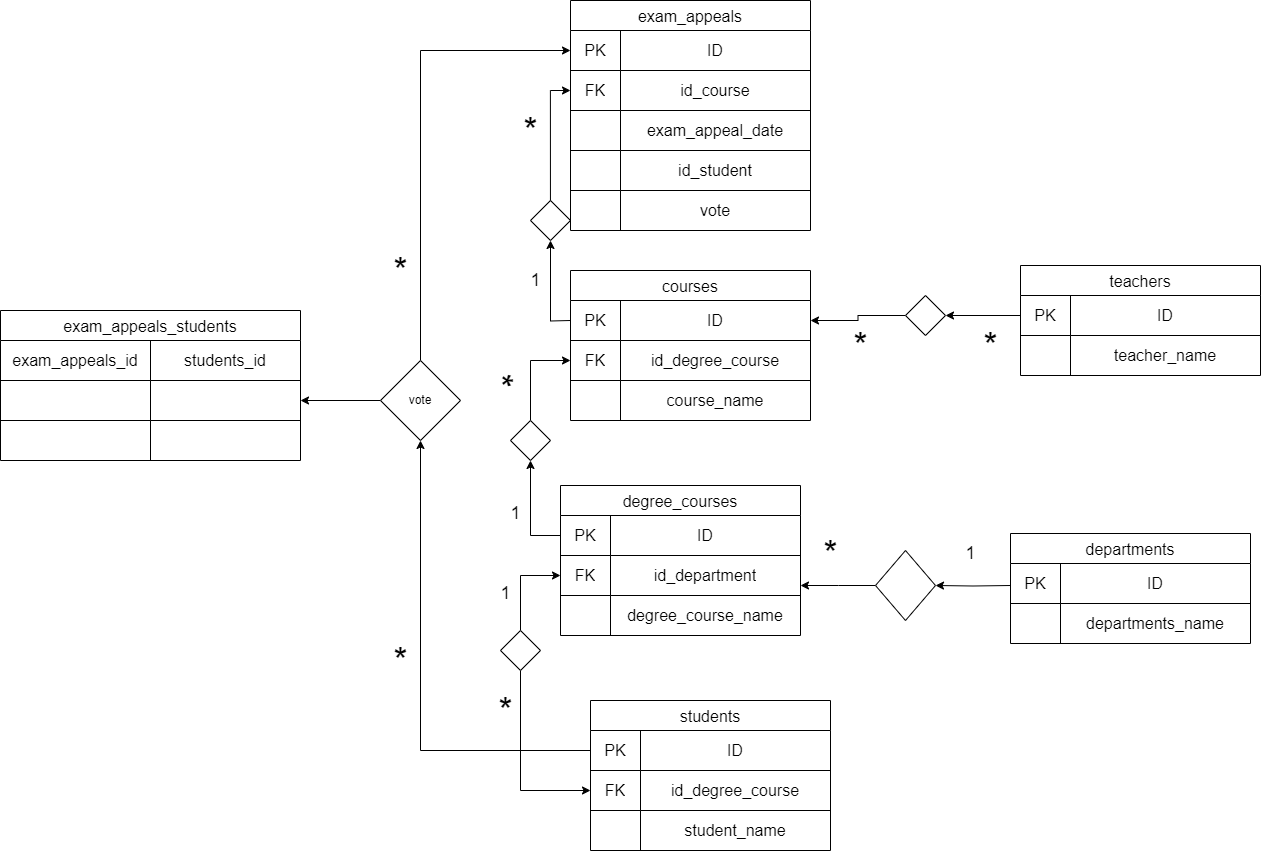
Earlier version of the draw.io export db-university.png (claudiopatti/db-university). Source tidied: cells renumbered, new cells last; positions are measured from the earlier drawing's top-left corner, leaving out a move shared by most shapes.
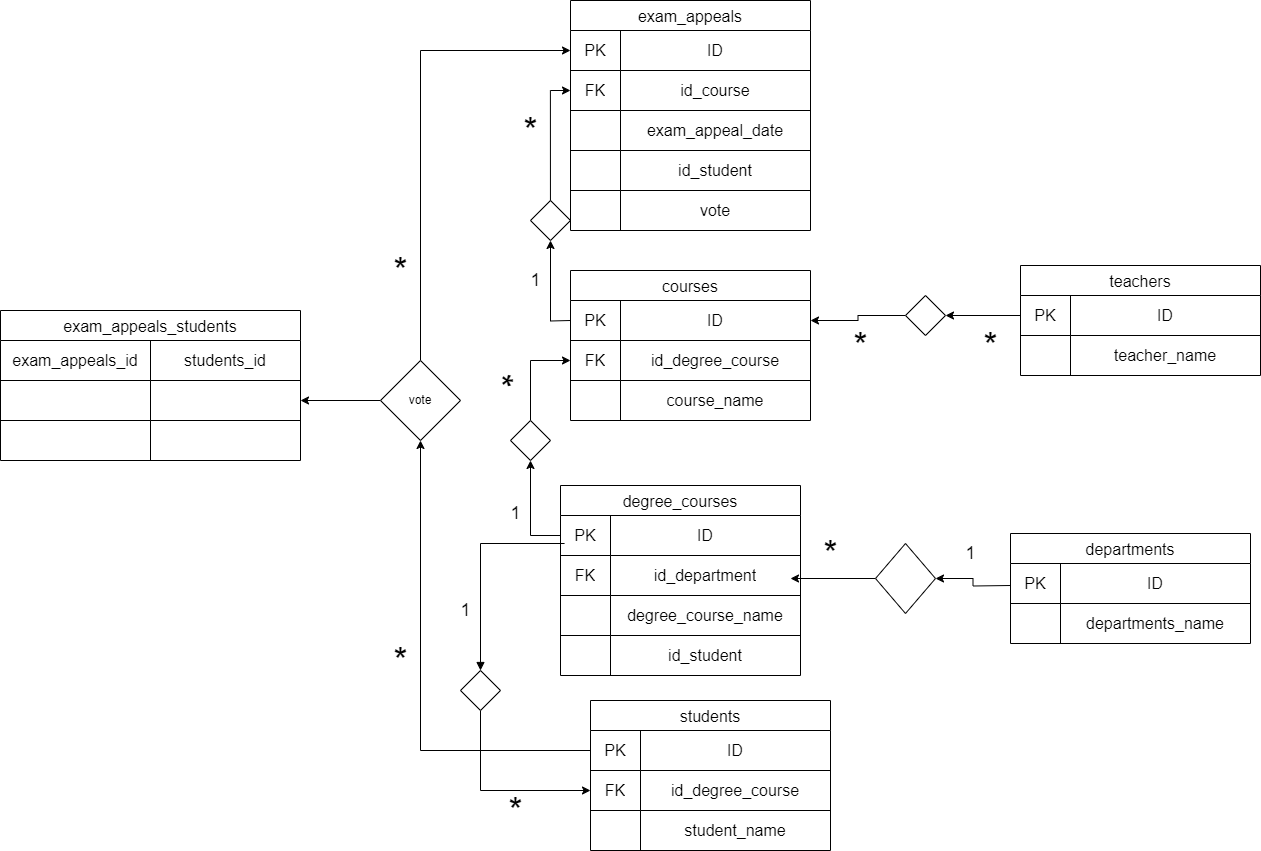
Above is the later version.

Change to the diagram source:
```diff
@@ -2,13 +2,13 @@
   <root>
     <mxCell id="0" />
     <mxCell id="1" parent="0" />
-    <mxCell id="2" style="edgeStyle=orthogonalEdgeStyle;rounded=0;jettySize=auto;html=1;exitX=0;exitY=0.5;exitDx=0;exitDy=0;entryX=1;entryY=0.5;entryDx=0;entryDy=0;" parent="1" edge="1" source="3">
+    <mxCell id="2" style="edgeStyle=orthogonalEdgeStyle;rounded=0;jettySize=auto;html=1;exitX=0;exitY=0.5;exitDx=0;exitDy=0;" parent="1" edge="1" source="3">
       <mxGeometry relative="1" as="geometry">
-        <mxPoint x="800" y="585" as="targetPoint" />
+        <mxPoint x="790" y="578" as="targetPoint" />
       </mxGeometry>
     </mxCell>
     <mxCell id="3" style="rhombus;whiteSpace=wrap;html=1;" parent="1" vertex="1">
-      <mxGeometry x="875" y="550" width="60" height="70" as="geometry" />
+      <mxGeometry x="875" y="543" width="60" height="70" as="geometry" />
     </mxCell>
     <mxCell id="4" value="&lt;font style=&quot;font-size: 18px;&quot;&gt;1&lt;/font&gt;" style="text;html=1;align=center;verticalAlign=middle;strokeColor=none;fillColor=none;" parent="1" vertex="1">
       <mxGeometry x="955" y="533" width="30" height="40" as="geometry" />
@@ -65,19 +65,13 @@
     <mxCell id="18" style="edgeStyle=orthogonalEdgeStyle;rounded=0;jettySize=auto;html=1;exitX=0.5;exitY=1;exitDx=0;exitDy=0;entryX=0;entryY=0.5;entryDx=0;entryDy=0;" parent="1" edge="1" source="20" target="97">
       <mxGeometry relative="1" as="geometry" />
     </mxCell>
-    <mxCell id="19" style="edgeStyle=orthogonalEdgeStyle;rounded=0;jettySize=auto;html=1;exitX=0.5;exitY=0;exitDx=0;exitDy=0;entryX=0;entryY=0.5;entryDx=0;entryDy=0;" parent="1" edge="1" source="20" target="85">
-      <mxGeometry relative="1" as="geometry" />
-    </mxCell>
     <mxCell id="20" style="rhombus;whiteSpace=wrap;html=1;" parent="1" vertex="1">
-      <mxGeometry x="500" y="630" width="40" height="40" as="geometry" />
+      <mxGeometry x="460" y="670" width="40" height="40" as="geometry" />
     </mxCell>
     <mxCell id="21" value="&lt;font style=&quot;font-size: 18px;&quot;&gt;1&lt;/font&gt;" style="text;html=1;align=center;verticalAlign=middle;strokeColor=none;fillColor=none;" parent="1" vertex="1">
-      <mxGeometry x="490" y="573" width="30" height="40" as="geometry" />
+      <mxGeometry x="450" y="590" width="30" height="40" as="geometry" />
     </mxCell>
-    <mxCell id="22" value="&lt;font style=&quot;font-size: 36px;&quot;&gt;*&lt;/font&gt;" style="text;html=1;align=center;verticalAlign=middle;strokeColor=none;fillColor=none;" parent="1" vertex="1">
-      <mxGeometry x="485" y="680" width="40" height="60" as="geometry" />
-    </mxCell>
-    <mxCell id="23" style="edgeStyle=orthogonalEdgeStyle;rounded=0;jettySize=auto;html=1;exitX=0;exitY=0.5;exitDx=0;exitDy=0;" parent="1" edge="1" source="94" target="26">
+    <mxCell id="23" style="edgeStyle=orthogonalEdgeStyle;rounded=0;jettySize=auto;html=1;exitX=0;exitY=0.5;exitDx=0;exitDy=0;endArrow=classic;endFill=1;" parent="1" edge="1" source="94" target="26">
       <mxGeometry relative="1" as="geometry" />
     </mxCell>
     <mxCell id="24" style="edgeStyle=orthogonalEdgeStyle;rounded=0;jettySize=auto;html=1;" parent="1" edge="1" source="26">
@@ -256,7 +250,7 @@
       <mxGeometry x="50" width="190" height="40" as="geometry" />
     </mxCell>
     <mxCell id="81" value="degree_courses" style="shape=table;startSize=30;strokeColor=default;fontSize=16;" parent="1" vertex="1">
-      <mxGeometry x="560" y="485" width="240" height="150" as="geometry" />
+      <mxGeometry x="560" y="485" width="240" height="190" as="geometry" />
     </mxCell>
     <mxCell id="82" style="shape=tableRow;horizontal=0;startSize=0;swimlaneHead=0;swimlaneBody=0;strokeColor=inherit;top=0;left=0;bottom=0;right=0;fillColor=none;points=[[0,0.5],[1,0.5]];portConstraint=eastwest;fontSize=16;" parent="81" vertex="1">
       <mxGeometry y="30" width="240" height="40" as="geometry" />
@@ -285,6 +279,15 @@
     <mxCell id="90" value="degree_course_name" style="shape=partialRectangle;html=1;whiteSpace=wrap;strokeColor=inherit;overflow=hidden;fillColor=none;top=0;left=0;bottom=0;right=0;fontSize=16;" parent="88" vertex="1">
       <mxGeometry x="50" width="190" height="40" as="geometry" />
     </mxCell>
+    <mxCell id="103" style="shape=tableRow;horizontal=0;startSize=0;swimlaneHead=0;swimlaneBody=0;strokeColor=inherit;top=0;left=0;bottom=0;right=0;fillColor=none;fontSize=16;" parent="81" vertex="1">
+      <mxGeometry y="150" width="240" height="40" as="geometry" />
+    </mxCell>
+    <mxCell id="104" style="shape=partialRectangle;html=1;whiteSpace=wrap;strokeColor=inherit;overflow=hidden;fillColor=none;top=0;left=0;bottom=0;right=0;fontSize=16;" parent="103" vertex="1">
+      <mxGeometry width="50" height="40" as="geometry" />
+    </mxCell>
+    <mxCell id="105" value="id_student" style="shape=partialRectangle;html=1;whiteSpace=wrap;strokeColor=inherit;overflow=hidden;fillColor=none;top=0;left=0;bottom=0;right=0;fontSize=16;" parent="103" vertex="1">
+      <mxGeometry x="50" width="190" height="40" as="geometry" />
+    </mxCell>
     <mxCell id="91" style="edgeStyle=orthogonalEdgeStyle;rounded=0;jettySize=auto;html=1;exitX=0;exitY=0.5;exitDx=0;exitDy=0;entryX=0.5;entryY=1;entryDx=0;entryDy=0;" parent="1" edge="1" source="82" target="7">
       <mxGeometry relative="1" as="geometry" />
     </mxCell>
@@ -321,5 +324,11 @@
     <mxCell id="102" value="student_name" style="shape=partialRectangle;html=1;whiteSpace=wrap;strokeColor=inherit;overflow=hidden;fillColor=none;top=0;left=0;bottom=0;right=0;fontSize=16;" parent="100" vertex="1">
       <mxGeometry x="50" width="190" height="40" as="geometry" />
     </mxCell>
+    <mxCell id="22" value="&lt;font style=&quot;font-size: 36px;&quot;&gt;*&lt;/font&gt;" style="text;html=1;align=center;verticalAlign=middle;strokeColor=none;fillColor=none;" parent="1" vertex="1">
+      <mxGeometry x="495" y="780" width="40" height="60" as="geometry" />
+    </mxCell>
+    <mxCell id="106" style="edgeStyle=orthogonalEdgeStyle;rounded=0;jettySize=auto;html=1;entryX=0.017;entryY=0.7;entryDx=0;entryDy=0;entryPerimeter=0;endArrow=none;endFill=0;startArrow=block;startFill=1;" parent="1" edge="1" source="20" target="82">
+      <mxGeometry relative="1" as="geometry" />
+    </mxCell>
   </root>
 </mxGraphModel>
```
